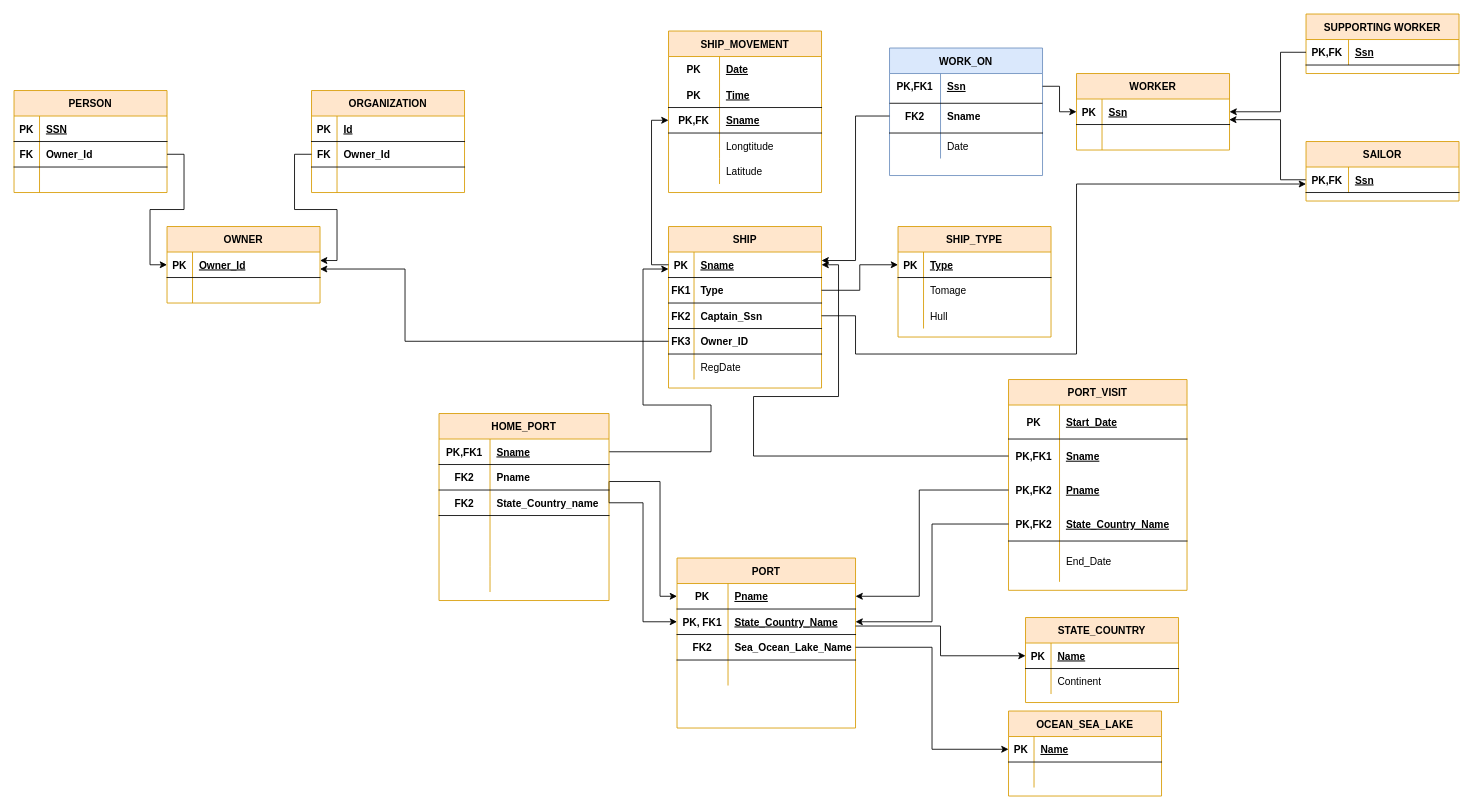
The draw.io diagram RelationalDataModelPractice1.drawio in navcul3108/DatabaseSystemHCMUT, before the edit. Source tidied: cells renumbered, new cells numbered last; positions are measured from the earlier drawing's top-left corner, leaving out a move shared by most shapes. Both pictures are drawn from the tidied source at 85%, with x=0, y=0 at pixel (14, 14).
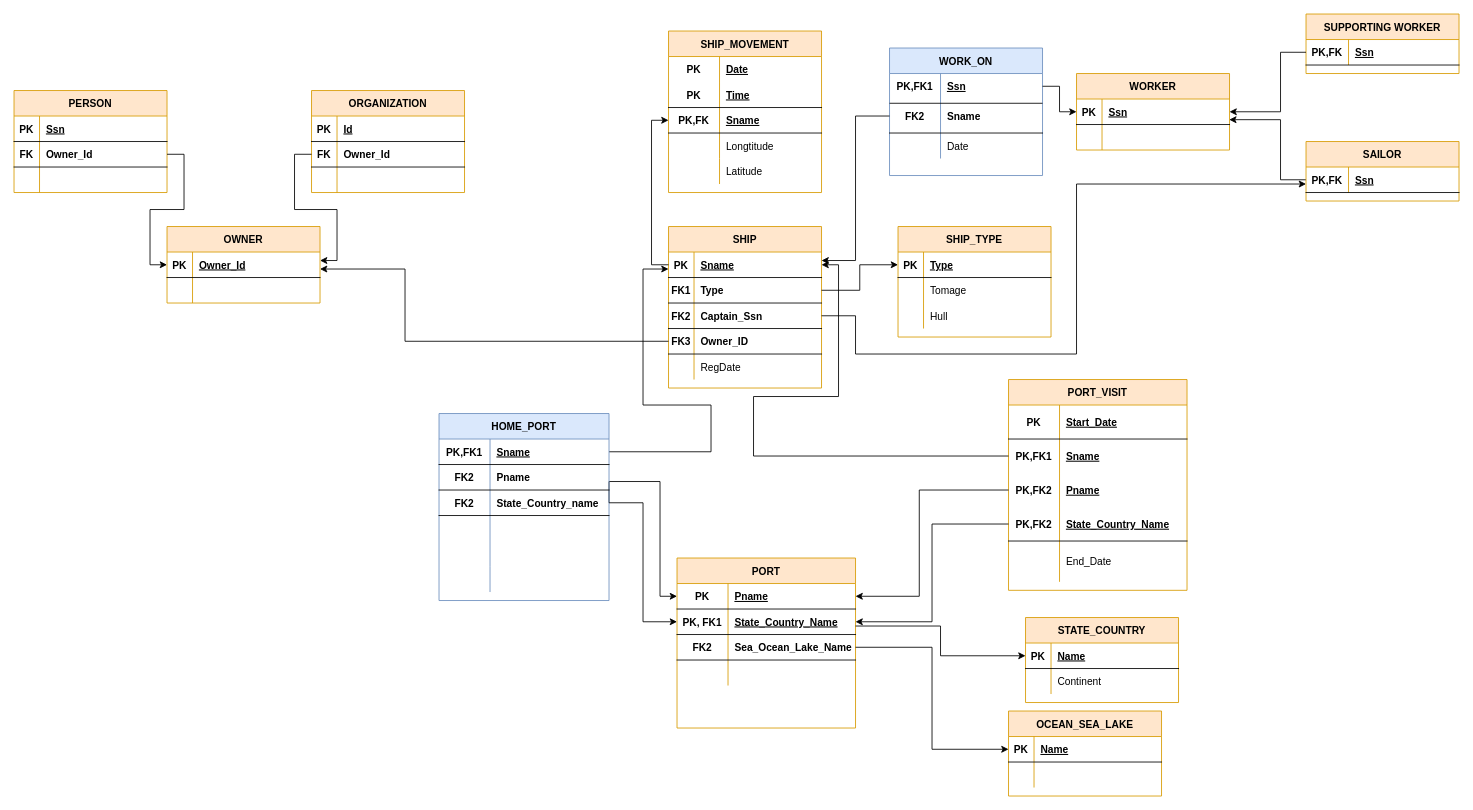
The same diagram, later.

The change refers to these unchanged cells:
```xml
<mxCell id="3" style="shape=partialRectangle;fillColor=none;top=0;left=0;bottom=1;right=0;" parent="2" vertex="1">
  <mxGeometry y="30" width="180" height="30" as="geometry" />
</mxCell>
```

Change to the diagram source:
```diff
@@
-    <mxCell id="5" value="SSN" style="shape=partialRectangle;fillColor=none;top=0;left=0;bottom=0;right=0;align=left;spacingLeft=6;fontStyle=5;overflow=hidden;" parent="3" vertex="1">
+    <mxCell id="5" value="Ssn" style="shape=partialRectangle;fillColor=none;top=0;left=0;bottom=0;right=0;align=left;spacingLeft=6;fontStyle=5;overflow=hidden;" parent="3" vertex="1">
       <mxGeometry x="30" width="150" height="30" as="geometry" />
     </mxCell>
@@
-    <mxCell id="148" value="HOME_PORT" style="shape=table;startSize=30;childLayout=tableLayout;rowLines=0;fontStyle=1;align=center;fillColor=#ffe6cc;strokeColor=#d79b00;" parent="1" vertex="1">
+    <mxCell id="148" value="HOME_PORT" style="shape=table;startSize=30;childLayout=tableLayout;rowLines=0;fontStyle=1;align=center;fillColor=#dae8fc;strokeColor=#6c8ebf;" parent="1" vertex="1">
       <mxGeometry x="500" y="470" width="200" height="220" as="geometry" />
     </mxCell>
```
